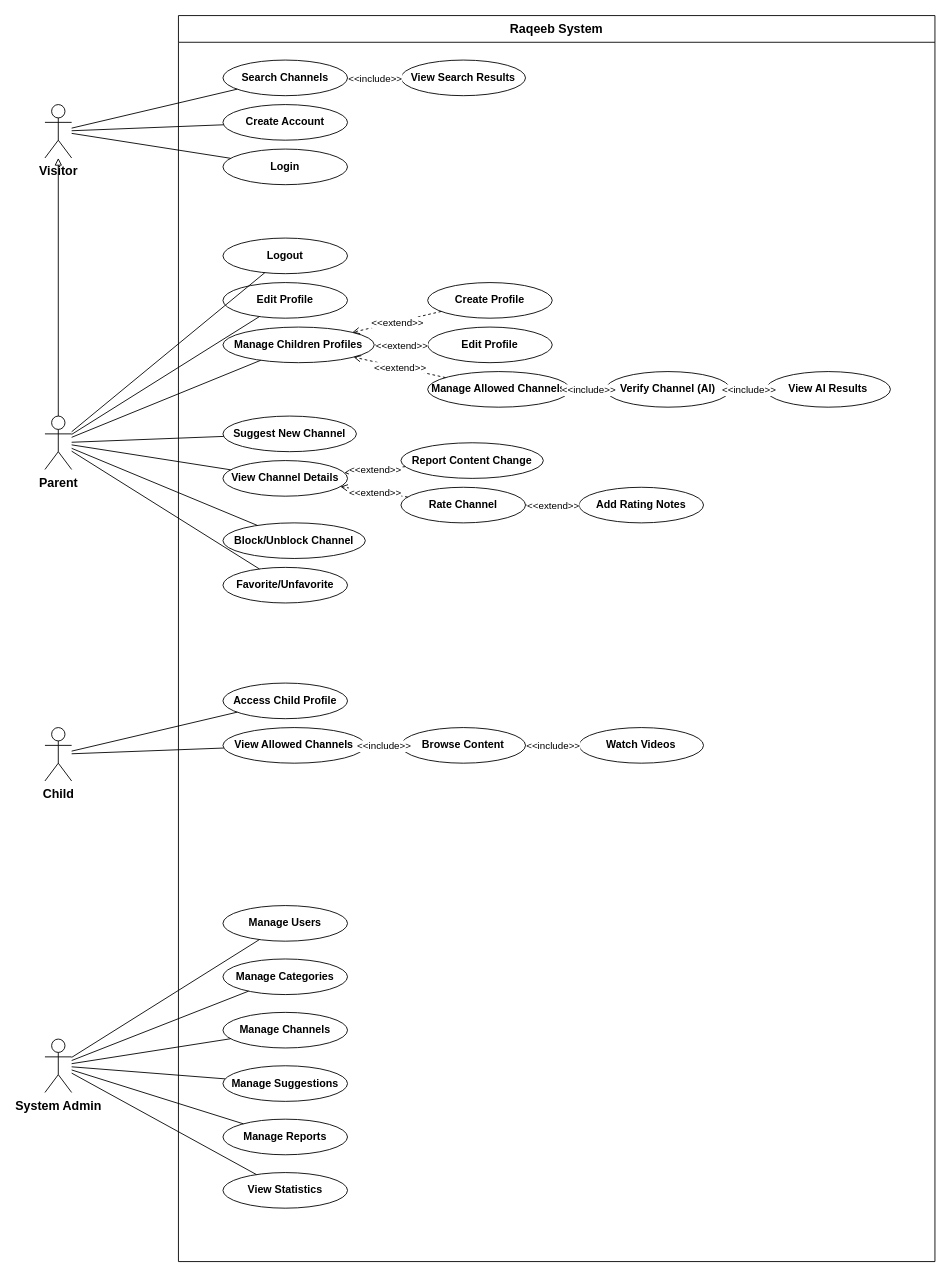
This is Raqeeb_New_UseCase.drawio from MahmoudHamdy19/diagrams-, a draw.io file, before an edit. Source tidied: cells renumbered, new cells numbered last; positions are measured from the earlier drawing's top-left corner, leaving out a move shared by most shapes. Both pictures are drawn from the tidied source at 89%, with x=0, y=0 at pixel (44, 15).
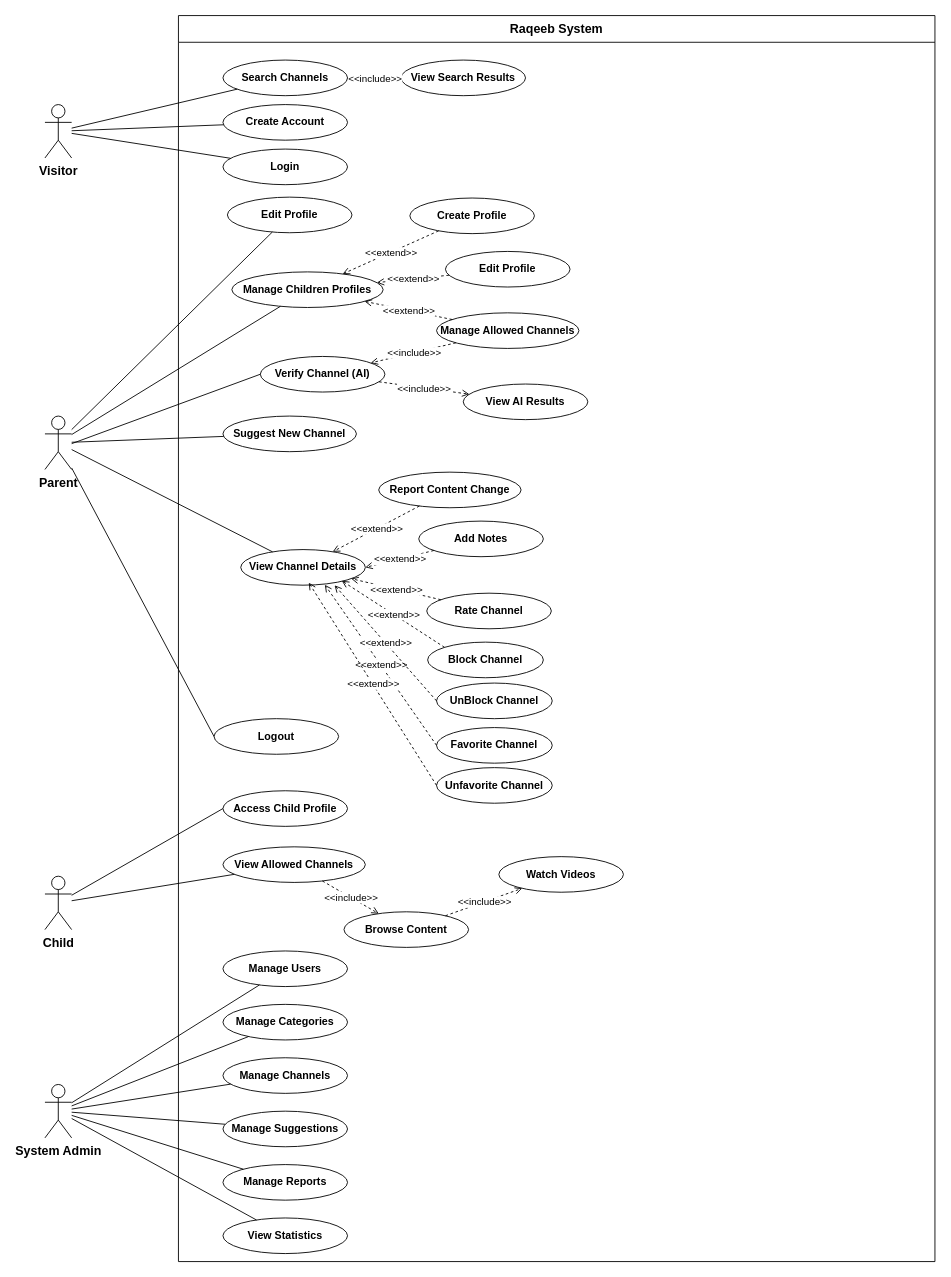
The same page after the edit.

The change refers to these unchanged cells:
```xml
<mxCell id="2" value="Raqeeb System" style="swimlane;whiteSpace=wrap;html=1;startSize=30;labelBackgroundColor=none;fontSize=14;fontStyle=1;" parent="1" vertex="1">
  <mxGeometry x="150" width="850" height="1400" as="geometry" />
</mxCell>
```

Change to the diagram source:
```diff
@@
-    <mxCell id="3" value="Visitor" style="shape=umlActor;verticalLabelPosition=bottom;verticalAlign=top;html=1;outlineConnect=0;fontStyle=1;fontSize=14;" parent="1" vertex="1">
-      <mxGeometry y="100" width="30" height="60" as="geometry" />
-    </mxCell>
-    <mxCell id="4" value="Parent" style="shape=umlActor;verticalLabelPosition=bottom;verticalAlign=top;html=1;outlineConnect=0;fontStyle=1;fontSize=14;" parent="1" vertex="1">
-      <mxGeometry y="450" width="30" height="60" as="geometry" />
-    </mxCell>
-    <mxCell id="5" value="Child" style="shape=umlActor;verticalLabelPosition=bottom;verticalAlign=top;html=1;outlineConnect=0;fontStyle=1;fontSize=14;" parent="1" vertex="1">
-      <mxGeometry y="800" width="30" height="60" as="geometry" />
-    </mxCell>
-    <mxCell id="6" value="System Admin" style="shape=umlActor;verticalLabelPosition=bottom;verticalAlign=top;html=1;outlineConnect=0;fontStyle=1;fontSize=14;" parent="1" vertex="1">
-      <mxGeometry y="1150" width="30" height="60" as="geometry" />
-    </mxCell>
@@
     <mxCell id="11" value="Logout" style="ellipse;whiteSpace=wrap;html=1;fontSize=12;fontStyle=1;" parent="2" vertex="1">
-      <mxGeometry x="50" y="250" width="140" height="40" as="geometry" />
+      <mxGeometry x="40" y="790" width="140" height="40" as="geometry" />
     </mxCell>
     <mxCell id="12" value="Edit Profile" style="ellipse;whiteSpace=wrap;html=1;fontSize=12;fontStyle=1;" parent="2" vertex="1">
-      <mxGeometry x="50" y="300" width="140" height="40" as="geometry" />
+      <mxGeometry x="55" y="204" width="140" height="40" as="geometry" />
     </mxCell>
     <mxCell id="13" value="Manage Children Profiles" style="ellipse;whiteSpace=wrap;html=1;fontSize=12;fontStyle=1;" parent="2" vertex="1">
-      <mxGeometry x="50" y="350" width="170" height="40" as="geometry" />
+      <mxGeometry x="60" y="288" width="170" height="40" as="geometry" />
     </mxCell>
     <mxCell id="14" value="Create Profile" style="ellipse;whiteSpace=wrap;html=1;fontSize=12;fontStyle=1;" parent="2" vertex="1">
-      <mxGeometry x="280" y="300" width="140" height="40" as="geometry" />
+      <mxGeometry x="260" y="205" width="140" height="40" as="geometry" />
     </mxCell>
     <mxCell id="15" value="Edit Profile" style="ellipse;whiteSpace=wrap;html=1;fontSize=12;fontStyle=1;" parent="2" vertex="1">
-      <mxGeometry x="280" y="350" width="140" height="40" as="geometry" />
+      <mxGeometry x="300" y="265" width="140" height="40" as="geometry" />
     </mxCell>
     <mxCell id="16" value="Manage Allowed Channels" style="ellipse;whiteSpace=wrap;html=1;fontSize=12;fontStyle=1;" parent="2" vertex="1">
-      <mxGeometry x="280" y="400" width="160" height="40" as="geometry" />
+      <mxGeometry x="290" y="334" width="160" height="40" as="geometry" />
     </mxCell>
     <mxCell id="17" value="Verify Channel (AI)" style="ellipse;whiteSpace=wrap;html=1;fontSize=12;fontStyle=1;" parent="2" vertex="1">
-      <mxGeometry x="480" y="400" width="140" height="40" as="geometry" />
+      <mxGeometry x="92" y="383" width="140" height="40" as="geometry" />
     </mxCell>
     <mxCell id="18" value="View AI Results" style="ellipse;whiteSpace=wrap;html=1;fontSize=12;fontStyle=1;" parent="2" vertex="1">
-      <mxGeometry x="660" y="400" width="140" height="40" as="geometry" />
+      <mxGeometry x="320" y="414" width="140" height="40" as="geometry" />
     </mxCell>
@@
     <mxCell id="20" value="View Channel Details" style="ellipse;whiteSpace=wrap;html=1;fontSize=12;fontStyle=1;" parent="2" vertex="1">
-      <mxGeometry x="50" y="500" width="140" height="40" as="geometry" />
+      <mxGeometry x="70" y="600" width="140" height="40" as="geometry" />
     </mxCell>
     <mxCell id="21" value="Report Content Change" style="ellipse;whiteSpace=wrap;html=1;fontSize=12;fontStyle=1;" parent="2" vertex="1">
-      <mxGeometry x="250" y="480" width="160" height="40" as="geometry" />
+      <mxGeometry x="225" y="513" width="160" height="40" as="geometry" />
     </mxCell>
     <mxCell id="22" value="Rate Channel" style="ellipse;whiteSpace=wrap;html=1;fontSize=12;fontStyle=1;" parent="2" vertex="1">
-      <mxGeometry x="250" y="530" width="140" height="40" as="geometry" />
+      <mxGeometry x="279" y="649" width="140" height="40" as="geometry" />
     </mxCell>
-    <mxCell id="23" value="Add Rating Notes" style="ellipse;whiteSpace=wrap;html=1;fontSize=12;fontStyle=1;" parent="2" vertex="1">
-      <mxGeometry x="450" y="530" width="140" height="40" as="geometry" />
+    <mxCell id="23" value="Add Notes" style="ellipse;whiteSpace=wrap;html=1;fontSize=12;fontStyle=1;" parent="2" vertex="1">
+      <mxGeometry x="270" y="568" width="140" height="40" as="geometry" />
     </mxCell>
-    <mxCell id="24" value="Block/Unblock Channel" style="ellipse;whiteSpace=wrap;html=1;fontSize=12;fontStyle=1;" parent="2" vertex="1">
-      <mxGeometry x="50" y="570" width="160" height="40" as="geometry" />
+    <mxCell id="24" value="Block Channel" style="ellipse;whiteSpace=wrap;html=1;fontSize=12;fontStyle=1;" parent="2" vertex="1">
+      <mxGeometry x="280" y="704" width="130" height="40" as="geometry" />
     </mxCell>
-    <mxCell id="25" value="Favorite/Unfavorite" style="ellipse;whiteSpace=wrap;html=1;fontSize=12;fontStyle=1;" parent="2" vertex="1">
-      <mxGeometry x="50" y="620" width="140" height="40" as="geometry" />
+    <mxCell id="25" value="Favorite Channel" style="ellipse;whiteSpace=wrap;html=1;fontSize=12;fontStyle=1;" parent="2" vertex="1">
+      <mxGeometry x="290" y="800" width="130" height="40" as="geometry" />
     </mxCell>
     <mxCell id="26" value="Access Child Profile" style="ellipse;whiteSpace=wrap;html=1;fontSize=12;fontStyle=1;" parent="2" vertex="1">
-      <mxGeometry x="50" y="750" width="140" height="40" as="geometry" />
+      <mxGeometry x="50" y="871" width="140" height="40" as="geometry" />
     </mxCell>
     <mxCell id="27" value="View Allowed Channels" style="ellipse;whiteSpace=wrap;html=1;fontSize=12;fontStyle=1;" parent="2" vertex="1">
-      <mxGeometry x="50" y="800" width="160" height="40" as="geometry" />
+      <mxGeometry x="50" y="934" width="160" height="40" as="geometry" />
     </mxCell>
     <mxCell id="28" value="Browse Content" style="ellipse;whiteSpace=wrap;html=1;fontSize=12;fontStyle=1;" parent="2" vertex="1">
-      <mxGeometry x="250" y="800" width="140" height="40" as="geometry" />
+      <mxGeometry x="186" y="1007" width="140" height="40" as="geometry" />
     </mxCell>
     <mxCell id="29" value="Watch Videos" style="ellipse;whiteSpace=wrap;html=1;fontSize=12;fontStyle=1;" parent="2" vertex="1">
-      <mxGeometry x="450" y="800" width="140" height="40" as="geometry" />
+      <mxGeometry x="360" y="945" width="140" height="40" as="geometry" />
     </mxCell>
     <mxCell id="30" value="Manage Users" style="ellipse;whiteSpace=wrap;html=1;fontSize=12;fontStyle=1;" parent="2" vertex="1">
-      <mxGeometry x="50" y="1000" width="140" height="40" as="geometry" />
+      <mxGeometry x="50" y="1051" width="140" height="40" as="geometry" />
     </mxCell>
     <mxCell id="31" value="Manage Categories" style="ellipse;whiteSpace=wrap;html=1;fontSize=12;fontStyle=1;" parent="2" vertex="1">
-      <mxGeometry x="50" y="1060" width="140" height="40" as="geometry" />
+      <mxGeometry x="50" y="1111" width="140" height="40" as="geometry" />
     </mxCell>
     <mxCell id="32" value="Manage Channels" style="ellipse;whiteSpace=wrap;html=1;fontSize=12;fontStyle=1;" parent="2" vertex="1">
-      <mxGeometry x="50" y="1120" width="140" height="40" as="geometry" />
+      <mxGeometry x="50" y="1171" width="140" height="40" as="geometry" />
     </mxCell>
     <mxCell id="33" value="Manage Suggestions" style="ellipse;whiteSpace=wrap;html=1;fontSize=12;fontStyle=1;" parent="2" vertex="1">
-      <mxGeometry x="50" y="1180" width="140" height="40" as="geometry" />
+      <mxGeometry x="50" y="1231" width="140" height="40" as="geometry" />
     </mxCell>
     <mxCell id="34" value="Manage Reports" style="ellipse;whiteSpace=wrap;html=1;fontSize=12;fontStyle=1;" parent="2" vertex="1">
-      <mxGeometry x="50" y="1240" width="140" height="40" as="geometry" />
+      <mxGeometry x="50" y="1291" width="140" height="40" as="geometry" />
     </mxCell>
     <mxCell id="35" value="View Statistics" style="ellipse;whiteSpace=wrap;html=1;fontSize=12;fontStyle=1;" parent="2" vertex="1">
-      <mxGeometry x="50" y="1300" width="140" height="40" as="geometry" />
+      <mxGeometry x="50" y="1351" width="140" height="40" as="geometry" />
     </mxCell>
@@
-    <mxCell id="52" style="dashed=1;endArrow=open;endFill=0;html=1;" parent="2" edge="1" source="23" target="22">
+    <mxCell id="52" style="dashed=1;endArrow=open;endFill=0;html=1;entryX=1;entryY=0.5;entryDx=0;entryDy=0;" parent="2" edge="1" source="23" target="20">
       <mxGeometry relative="1" as="geometry" />
     </mxCell>
@@
+    <mxCell id="77" style="dashed=1;endArrow=open;endFill=0;html=1;exitX=0;exitY=0;exitDx=0;exitDy=0;entryX=0.811;entryY=0.877;entryDx=0;entryDy=0;entryPerimeter=0;" parent="2" edge="1" source="24" target="20">
+      <mxGeometry relative="1" as="geometry" />
+    </mxCell>
+    <mxCell id="78" value="&amp;lt;&amp;lt;extend&amp;gt;&amp;gt;" style="edgeLabel;html=1;align=center;verticalAlign=middle;" parent="77" vertex="1">
+      <mxGeometry relative="1" as="geometry" />
+    </mxCell>
+    <mxCell id="79" style="dashed=1;endArrow=open;endFill=0;html=1;exitX=0;exitY=0.5;exitDx=0;exitDy=0;entryX=0.675;entryY=0.988;entryDx=0;entryDy=0;entryPerimeter=0;" parent="2" edge="1" source="25" target="20">
+      <mxGeometry relative="1" as="geometry" />
+    </mxCell>
+    <mxCell id="80" value="&amp;lt;&amp;lt;extend&amp;gt;&amp;gt;" style="edgeLabel;html=1;align=center;verticalAlign=middle;" parent="79" vertex="1">
+      <mxGeometry relative="1" as="geometry" />
+    </mxCell>
+    <mxCell id="81" value="UnBlock Channel" style="ellipse;whiteSpace=wrap;html=1;fontSize=12;fontStyle=1;" parent="2" vertex="1">
+      <mxGeometry x="290" y="750" width="130" height="40" as="geometry" />
+    </mxCell>
+    <mxCell id="82" style="dashed=1;endArrow=open;endFill=0;html=1;exitX=0;exitY=0.5;exitDx=0;exitDy=0;entryX=0.753;entryY=1.002;entryDx=0;entryDy=0;entryPerimeter=0;" parent="2" edge="1" source="81" target="20">
+      <mxGeometry relative="1" as="geometry" />
+    </mxCell>
+    <mxCell id="83" value="&amp;lt;&amp;lt;extend&amp;gt;&amp;gt;" style="edgeLabel;html=1;align=center;verticalAlign=middle;" parent="82" vertex="1">
+      <mxGeometry relative="1" as="geometry" />
+    </mxCell>
+    <mxCell id="84" value="Unfavorite&amp;nbsp;Channel" style="ellipse;whiteSpace=wrap;html=1;fontSize=12;fontStyle=1;" parent="2" vertex="1">
+      <mxGeometry x="290" y="845" width="130" height="40" as="geometry" />
+    </mxCell>
+    <mxCell id="85" style="dashed=1;endArrow=open;endFill=0;html=1;exitX=0;exitY=0.5;exitDx=0;exitDy=0;entryX=0.546;entryY=0.928;entryDx=0;entryDy=0;entryPerimeter=0;" parent="2" edge="1" source="84" target="20">
+      <mxGeometry relative="1" as="geometry" />
+    </mxCell>
+    <mxCell id="86" value="&amp;lt;&amp;lt;extend&amp;gt;&amp;gt;" style="edgeLabel;html=1;align=center;verticalAlign=middle;" parent="85" vertex="1">
+      <mxGeometry relative="1" as="geometry" />
+    </mxCell>
+    <mxCell id="3" value="Visitor" style="shape=umlActor;verticalLabelPosition=bottom;verticalAlign=top;html=1;outlineConnect=0;fontStyle=1;fontSize=14;" parent="1" vertex="1">
+      <mxGeometry y="100" width="30" height="60" as="geometry" />
+    </mxCell>
+    <mxCell id="4" value="Parent" style="shape=umlActor;verticalLabelPosition=bottom;verticalAlign=top;html=1;outlineConnect=0;fontStyle=1;fontSize=14;" parent="1" vertex="1">
+      <mxGeometry y="450" width="30" height="60" as="geometry" />
+    </mxCell>
+    <mxCell id="5" value="Child" style="shape=umlActor;verticalLabelPosition=bottom;verticalAlign=top;html=1;outlineConnect=0;fontStyle=1;fontSize=14;" parent="1" vertex="1">
+      <mxGeometry y="967" width="30" height="60" as="geometry" />
+    </mxCell>
+    <mxCell id="6" value="System Admin" style="shape=umlActor;verticalLabelPosition=bottom;verticalAlign=top;html=1;outlineConnect=0;fontStyle=1;fontSize=14;" parent="1" vertex="1">
+      <mxGeometry y="1201" width="30" height="60" as="geometry" />
+    </mxCell>
@@
-    <mxCell id="61" style="endArrow=none;html=1;" parent="1" edge="1" source="4" target="11">
+    <mxCell id="61" style="endArrow=none;html=1;entryX=0;entryY=0.5;entryDx=0;entryDy=0;" parent="1" edge="1" source="4" target="11">
       <mxGeometry relative="1" as="geometry" />
     </mxCell>
@@
-    <mxCell id="66" style="endArrow=none;html=1;" parent="1" edge="1" source="4" target="24">
-      <mxGeometry relative="1" as="geometry" />
-    </mxCell>
-    <mxCell id="67" style="endArrow=none;html=1;" parent="1" edge="1" source="4" target="25">
-      <mxGeometry relative="1" as="geometry" />
-    </mxCell>
-    <mxCell id="68" style="endArrow=none;html=1;" parent="1" edge="1" source="5" target="26">
+    <mxCell id="68" style="endArrow=none;html=1;entryX=0;entryY=0.5;entryDx=0;entryDy=0;" parent="1" edge="1" source="5" target="26">
       <mxGeometry relative="1" as="geometry" />
     </mxCell>
@@
-    <mxCell id="76" style="endArrow=block;endFill=0;html=1;" parent="1" edge="1" source="4" target="3">
-      <mxGeometry relative="1" as="geometry" />
-    </mxCell>
+    <mxCell id="87" style="endArrow=none;html=1;entryX=0;entryY=0.5;entryDx=0;entryDy=0;" parent="1" edge="1" target="17">
+      <mxGeometry relative="1" as="geometry">
+        <mxPoint x="30" y="481" as="sourcePoint" />
+      </mxGeometry>
+    </mxCell>
```
